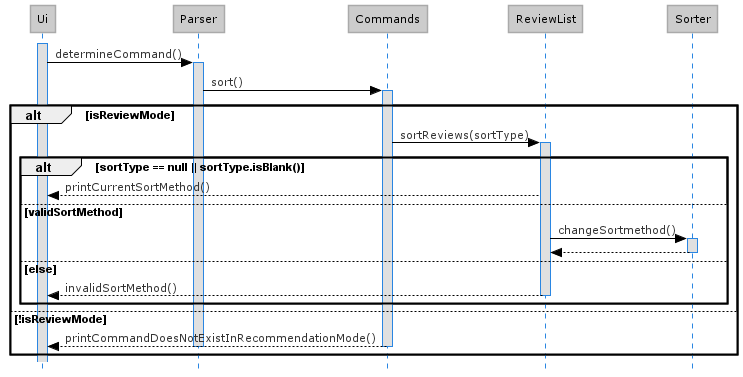
The PlantUML diagram docs/diagrams/Sort_Sequence_Diagram.png in nus-cs2113-AY2021S2/tp, before a commit.
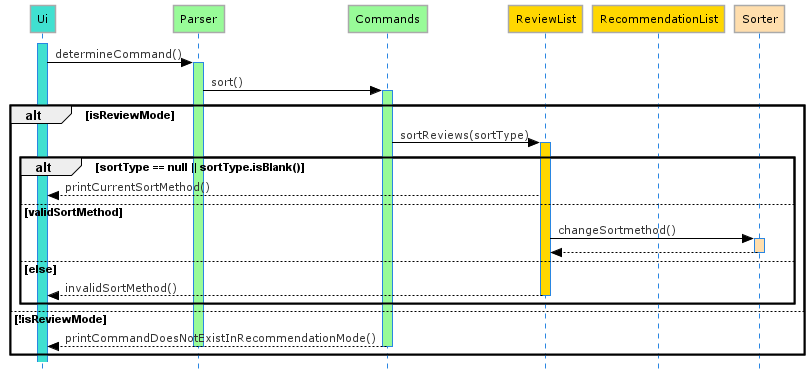
Above is the later version.

What changed in the source:
```diff
@@ -3,23 +3,30 @@
 !includeurl https://raw.githubusercontent.com/Drakemor/RedDress-PlantUML/master/style.puml
 skinparam style strictuml
 
-activate Ui
+participant Ui #Turquoise
+participant Parser #PaleGreen
+participant Commands #PaleGreen
+participant ReviewList #Gold
+participant RecommendationList #Gold
+participant Sorter #NavajoWhite
+
+activate Ui #Turquoise
 Ui -> Parser : determineCommand()
-activate Parser
+activate Parser #PaleGreen
 
 Parser -> Commands : sort()
-activate Commands
+activate Commands #PaleGreen
 
 alt isReviewMode
     Commands -> ReviewList : sortReviews(sortType)
-    activate ReviewList
+    activate ReviewList #Gold
 
     alt sortType == null || sortType.isBlank()
         ReviewList --> Ui : printCurrentSortMethod()
 
     else validSortMethod
         ReviewList -> Sorter : changeSortmethod()
-        activate Sorter
+        activate Sorter #NavajoWhite
         Sorter --> ReviewList
         deactivate Sorter
 
```
